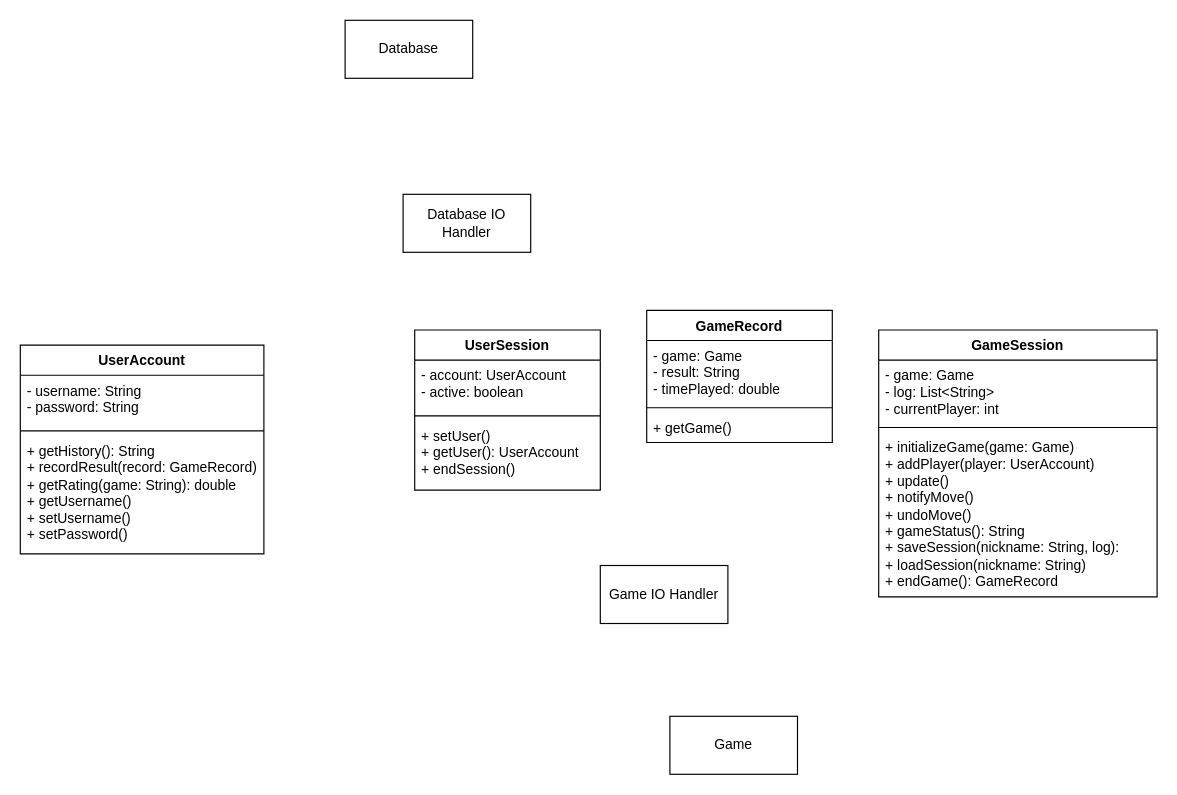
This is design/networking.drawio from ankondeadlarx/gitlab, a draw.io file, before an edit. Source tidied: cells renumbered, new cells numbered last; positions are measured from the earlier drawing's top-left corner, leaving out a move shared by most shapes. Both pictures are drawn from the tidied source at 116%, with x=0, y=0 at pixel (20, 20).
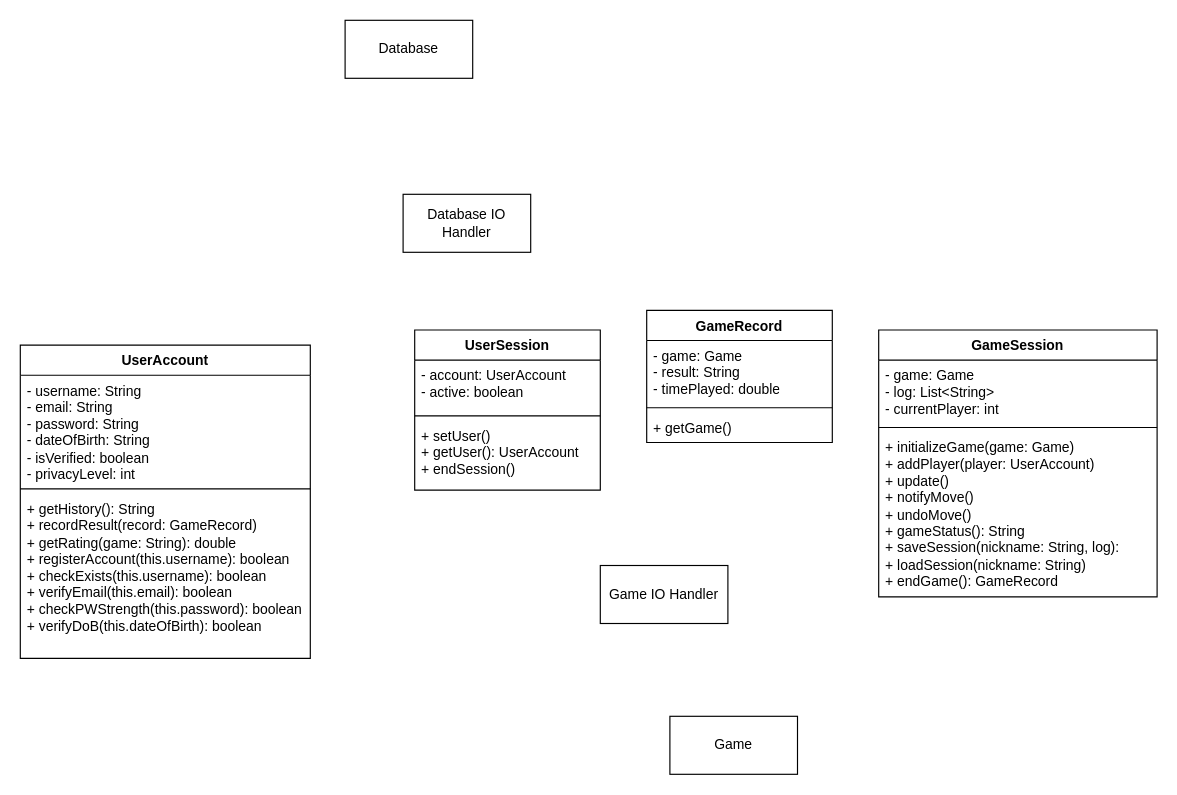
The same page after the edit.

Commit message:
UserAccount structure diagram changes

The edit, as a diff of the source:
```diff
@@
     <mxCell id="2" value="UserAccount" style="swimlane;fontStyle=1;align=center;verticalAlign=top;horizontal=1;startSize=26;whiteSpace=wrap;html=1;" parent="1" vertex="1">
-      <mxGeometry y="280" width="210" height="180" as="geometry" />
+      <mxGeometry y="280" width="250" height="270" as="geometry" />
     </mxCell>
-    <mxCell id="3" value="- username: String&lt;div&gt;- password: String&lt;/div&gt;&lt;div&gt;&lt;br&gt;&lt;/div&gt;" style="text;strokeColor=none;fillColor=none;align=left;verticalAlign=top;spacingLeft=4;spacingRight=4;overflow=hidden;whiteSpace=wrap;html=1;" parent="2" vertex="1">
-      <mxGeometry y="26" width="210" height="44" as="geometry" />
+    <mxCell id="3" value="- username: String&lt;div&gt;- email: String&lt;br&gt;&lt;div&gt;- password: String&lt;/div&gt;&lt;div&gt;- dateOfBirth: String&lt;/div&gt;&lt;/div&gt;&lt;div&gt;- isVerified: boolean&lt;/div&gt;&lt;div&gt;- privacyLevel: int&lt;/div&gt;" style="text;strokeColor=none;fillColor=none;align=left;verticalAlign=top;spacingLeft=4;spacingRight=4;overflow=hidden;whiteSpace=wrap;html=1;" parent="2" vertex="1">
+      <mxGeometry y="26" width="250" height="94" as="geometry" />
     </mxCell>
     <mxCell id="4" style="line;strokeWidth=1;fillColor=none;align=left;verticalAlign=middle;spacingTop=-1;spacingLeft=3;spacingRight=3;labelPosition=right;strokeColor=inherit;" parent="2" vertex="1">
-      <mxGeometry y="70" width="210" height="8" as="geometry" />
+      <mxGeometry y="120" width="250" height="8" as="geometry" />
     </mxCell>
-    <mxCell id="5" value="+ getHistory(): String&lt;div&gt;+ recordResult(record: GameRecord)&lt;/div&gt;&lt;div&gt;+ getRating(game: String): double&lt;/div&gt;&lt;div&gt;+ getUsername()&lt;/div&gt;&lt;div&gt;+ setUsername()&lt;/div&gt;&lt;div&gt;+ setPassword()&lt;/div&gt;" style="text;strokeColor=none;fillColor=none;align=left;verticalAlign=top;spacingLeft=4;spacingRight=4;overflow=hidden;whiteSpace=wrap;html=1;" parent="2" vertex="1">
-      <mxGeometry y="78" width="210" height="102" as="geometry" />
+    <mxCell id="5" value="+ getHistory(): String&lt;div&gt;+ recordResult(record: GameRecord)&lt;/div&gt;&lt;div&gt;+ getRating(game: String): double&lt;/div&gt;&lt;div&gt;+ registerAccount(this.username): boolean&lt;/div&gt;&lt;div&gt;+ checkExists(this.username): boolean&lt;/div&gt;&lt;div&gt;+ verifyEmail(this.email): boolean&lt;/div&gt;&lt;div&gt;+ checkPWStrength(this.password): boolean&lt;/div&gt;&lt;div&gt;+ verifyDoB(this.dateOfBirth): boolean&lt;/div&gt;" style="text;strokeColor=none;fillColor=none;align=left;verticalAlign=top;spacingLeft=4;spacingRight=4;overflow=hidden;whiteSpace=wrap;html=1;" parent="2" vertex="1">
+      <mxGeometry y="128" width="250" height="142" as="geometry" />
     </mxCell>
```
